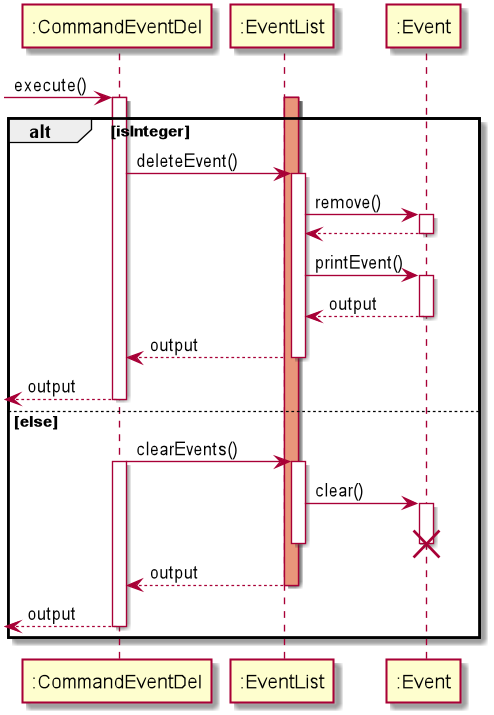
The PlantUML diagram docs/EventDiagram/SequenceDiagram/CommandEventDelete.png in nus-cs2113-AY2021S1/tp, before a commit.
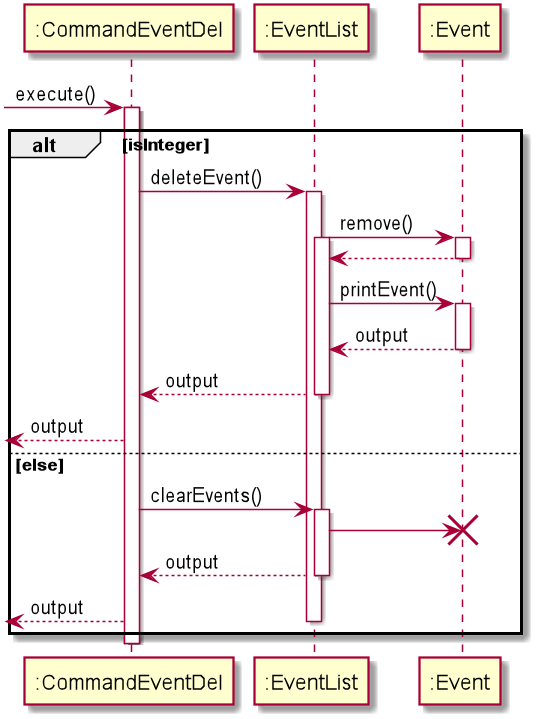
After the commit.

The edit, as a diff of the source:
```diff
@@ -2,31 +2,29 @@
 
  -> ":CommandEventDel": execute()
 activate ":CommandEventDel"
-activate ":EventList"
-activate ":EventList" #DarkSalmon
+
 alt isInteger
    ":CommandEventDel" -> ":EventList" : deleteEvent()
     activate ":EventList"
     ":EventList" -> ":Event": remove()
     activate ":Event"
+    activate ":EventList"
     return
     ":EventList" -> ":Event" : printEvent()
    activate ":Event"
-    return output
-    return output
-    return output
+   return output
+   deactivate
+   return output
+   <-- ":CommandEventDel" : output
 else else
+
 ":CommandEventDel" -> ":EventList" : clearEvents()
- activate ":EventList"
- activate ":CommandEventDel"
- ":EventList" -> ":Event":  clear()
- activate ":Event"
+  activate ":EventList"
+ ":EventList" -> ":Event"
  destroy ":Event"
- deactivate ":Event"
- deactivate ":EventList"
  return output
- deactivate ":EventList"
- return output
+  <-- ":CommandEventDel" : output
+  deactivate ":EventList"
+  end
  deactivate ":CommandEventDel"
-end
 @enduml
```
